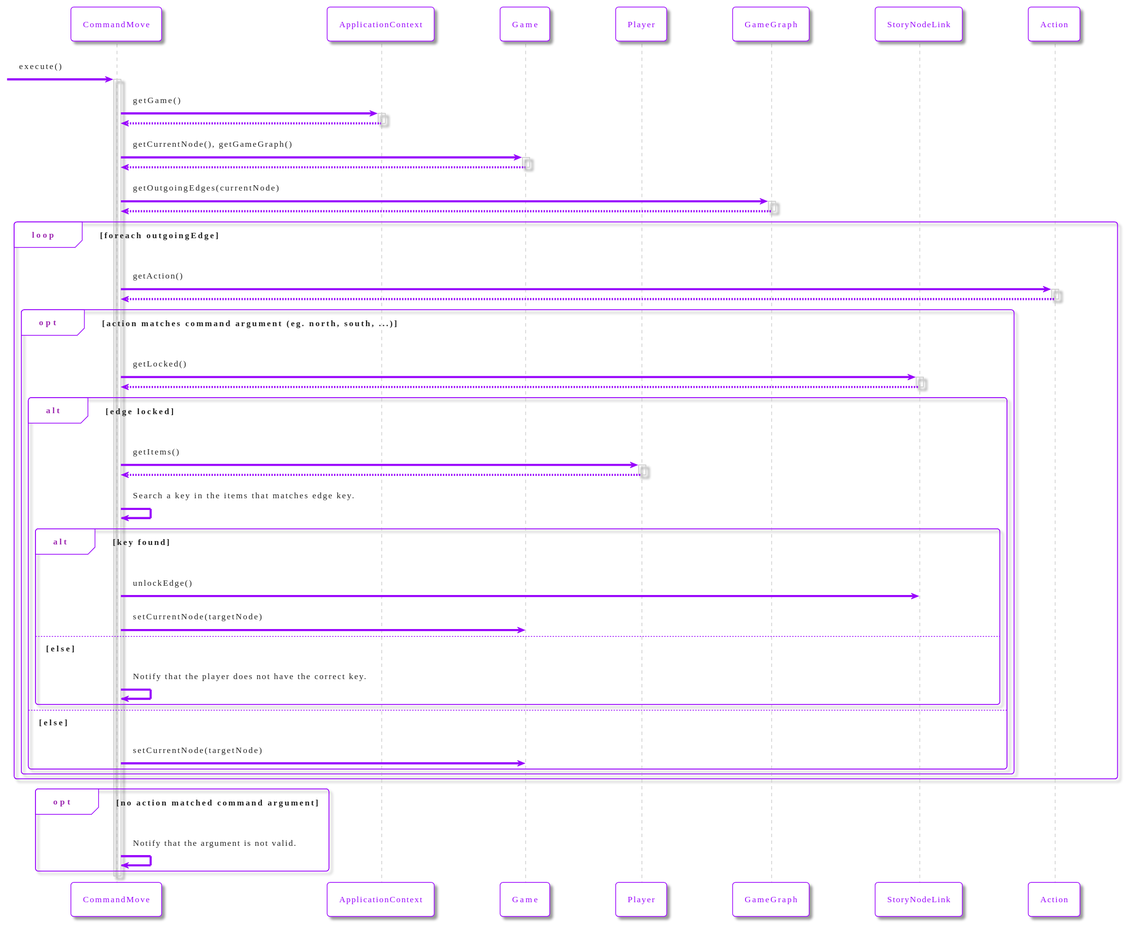
AlessioChecchin/text_adventure keeps this PlantUML diagram as docs/media/command-move-sequence-diagram.svg. Above is the earlier version.
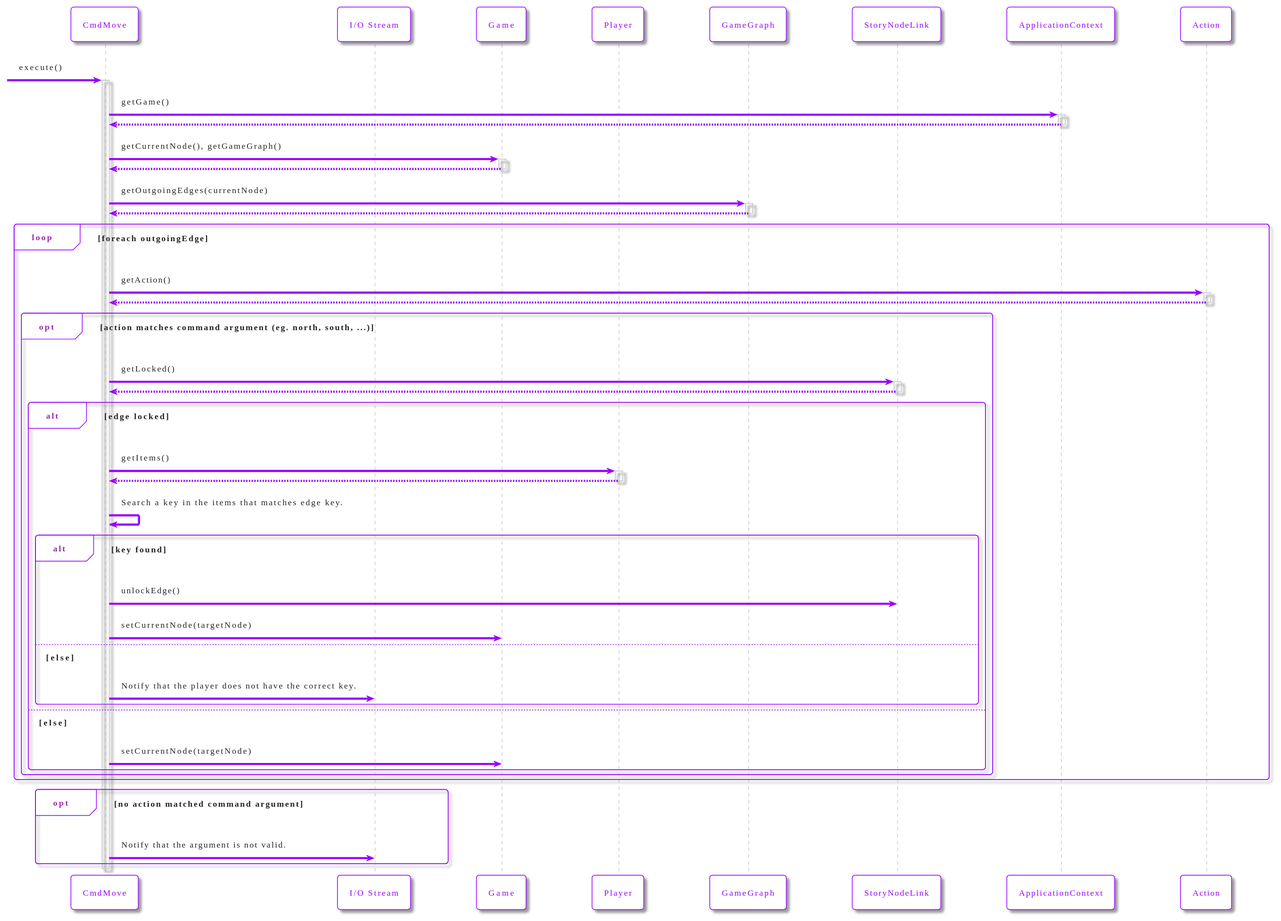
The same diagram one commit later.

Change to the diagram source:
```diff
@@ -14,67 +14,68 @@
  SequenceGroupBorderColor #9803fc
 }
 
-participant CommandMove
-participant ApplicationContext
+participant CmdMove
+participant "I/O Stream"
 participant Game
 participant Player
 participant GameGraph
 participant StoryNodeLink
+participant ApplicationContext
 
--> CommandMove: execute()
-activate CommandMove
-CommandMove -> ApplicationContext: getGame()
+-> CmdMove: execute()
+activate CmdMove
+CmdMove -> ApplicationContext: getGame()
 activate ApplicationContext
-ApplicationContext --> CommandMove
+ApplicationContext --> CmdMove
 deactivate ApplicationContext
 
-CommandMove -> Game: getCurrentNode(), getGameGraph()
+CmdMove -> Game: getCurrentNode(), getGameGraph()
 activate Game
-Game --> CommandMove
+Game --> CmdMove
 deactivate Game
 
-CommandMove -> GameGraph: getOutgoingEdges(currentNode)
+CmdMove -> GameGraph: getOutgoingEdges(currentNode)
 activate GameGraph
-GameGraph --> CommandMove
+GameGraph --> CmdMove
 deactivate GameGraph
 
 
 loop foreach outgoingEdge
-  CommandMove -> Action: getAction()
+  CmdMove -> Action: getAction()
   activate Action
-  Action --> CommandMove
+  Action --> CmdMove
   deactivate Action
 
   opt action matches command argument (eg. north, south, ...)
 
-    CommandMove -> StoryNodeLink: getLocked()
+    CmdMove -> StoryNodeLink: getLocked()
     activate StoryNodeLink
-    StoryNodeLink --> CommandMove
+    StoryNodeLink --> CmdMove
     deactivate StoryNodeLink
 
     alt edge locked
-      CommandMove -> Player: getItems()
+      CmdMove -> Player: getItems()
       activate Player
-      Player --> CommandMove
+      Player --> CmdMove
       deactivate Player
 
-      CommandMove -> CommandMove: Search a key in the items that matches edge key.
+      CmdMove -> CmdMove: Search a key in the items that matches edge key.
 
       alt key found
-        CommandMove -> StoryNodeLink: unlockEdge()
-        CommandMove -> Game: setCurrentNode(targetNode)
+        CmdMove -> StoryNodeLink: unlockEdge()
+        CmdMove -> Game: setCurrentNode(targetNode)
       else else
-        CommandMove -> CommandMove: Notify that the player does not have the correct key.
+        CmdMove -> "I/O Stream": Notify that the player does not have the correct key.
       end
     else else
-      CommandMove -> Game: setCurrentNode(targetNode)
+      CmdMove -> Game: setCurrentNode(targetNode)
     end
   end
 end
 
 opt no action matched command argument
-  CommandMove -> CommandMove: Notify that the argument is not valid.
+  CmdMove -> "I/O Stream": Notify that the argument is not valid.
 end
 
-deactivate CommandMove
+deactivate CmdMove
 @enduml
```
